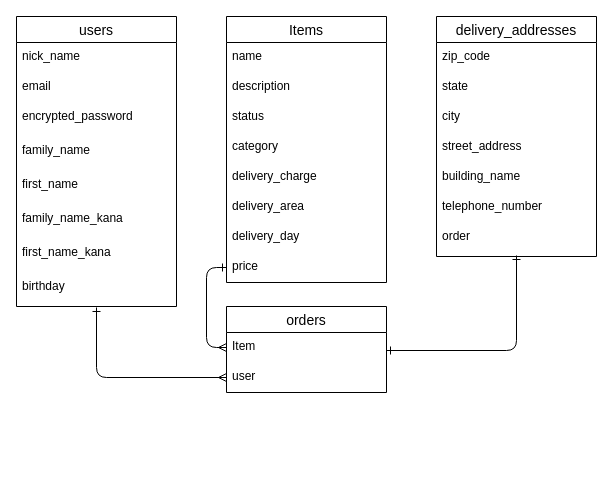
mitstaku/furima-39657 keeps this draw.io diagram as test.dio. Above is the earlier version. Source tidied: cells renumbered, new cells numbered last; positions are measured from the earlier drawing's top-left corner, leaving out a move shared by most shapes. Both pictures are drawn from the tidied source at 100%, with x=0, y=0 at pixel (16, 16).
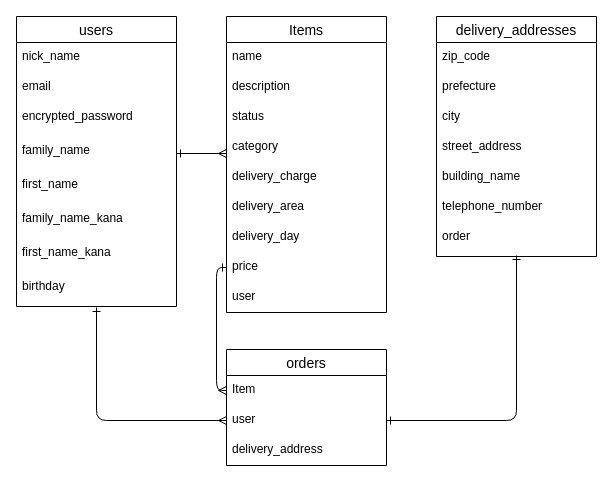
Above is the later version.

Commit message (it also covers changes not shown here):
データベース設計３

The change refers to these unchanged cells:
```xml
<mxCell id="6" value="family_name" style="text;strokeColor=none;fillColor=none;spacingLeft=4;spacingRight=4;overflow=hidden;points=[[0,0.5],[1,0.5]];portConstraint=eastwest;fontSize=12;" parent="2" vertex="1">
  <mxGeometry y="120" width="160" height="34" as="geometry" />
</mxCell>
<mxCell id="19" value="price" style="text;strokeColor=none;fillColor=none;spacingLeft=4;spacingRight=4;overflow=hidden;points=[[0,0.5],[1,0.5]];portConstraint=eastwest;fontSize=12;" parent="11" vertex="1">
  <mxGeometry y="236" width="160" height="30" as="geometry" />
</mxCell>
<mxCell id="20" value="delivery_addresses" style="swimlane;fontStyle=0;horizontal=1;startSize=26;align=center;fontSize=14;" parent="1" vertex="1">
  <mxGeometry x="420" width="160" height="240" as="geometry" />
</mxCell>
<mxCell id="27" value="order" style="text;strokeColor=none;fillColor=none;spacingLeft=4;spacingRight=4;overflow=hidden;points=[[0,0.5],[1,0.5]];portConstraint=eastwest;fontSize=12;" parent="20" vertex="1">
  <mxGeometry y="206" width="160" height="34" as="geometry" />
</mxCell>
<mxCell id="29" value="Item" style="text;strokeColor=none;fillColor=none;spacingLeft=4;spacingRight=4;overflow=hidden;points=[[0,0.5],[1,0.5]];portConstraint=eastwest;fontSize=12;" parent="28" vertex="1">
  <mxGeometry y="26" width="160" height="30" as="geometry" />
</mxCell>
<mxCell id="30" value="user" style="text;strokeColor=none;fillColor=none;spacingLeft=4;spacingRight=4;overflow=hidden;points=[[0,0.5],[1,0.5]];portConstraint=eastwest;fontSize=12;" parent="28" vertex="1">
  <mxGeometry y="56" width="160" height="30" as="geometry" />
</mxCell>
```

What changed in the source:
```diff
@@
     <mxCell id="11" value="Items" style="swimlane;fontStyle=0;horizontal=1;startSize=26;align=center;fontSize=14;" parent="1" vertex="1">
-      <mxGeometry x="210" width="160" height="266" as="geometry" />
+      <mxGeometry x="210" width="160" height="296" as="geometry" />
     </mxCell>
@@
+    <mxCell id="34" value="user" style="text;strokeColor=none;fillColor=none;spacingLeft=4;spacingRight=4;overflow=hidden;fontSize=12;" parent="11" vertex="1">
+      <mxGeometry y="266" width="160" height="30" as="geometry" />
+    </mxCell>
@@
-    <mxCell id="22" value="state" style="text;strokeColor=none;fillColor=none;spacingLeft=4;spacingRight=4;overflow=hidden;fontSize=12;" parent="20" vertex="1">
+    <mxCell id="22" value="prefecture" style="text;strokeColor=none;fillColor=none;spacingLeft=4;spacingRight=4;overflow=hidden;fontSize=12;" parent="20" vertex="1">
       <mxGeometry y="56" width="160" height="30" as="geometry" />
     </mxCell>
@@
     <mxCell id="28" value="orders" style="swimlane;fontStyle=0;horizontal=1;startSize=26;align=center;fontSize=14;" parent="1" vertex="1">
-      <mxGeometry x="210" y="290" width="160" height="86" as="geometry" />
+      <mxGeometry x="210" y="333" width="160" height="116" as="geometry" />
     </mxCell>
@@
+    <mxCell id="35" value="delivery_address" style="text;strokeColor=none;fillColor=none;spacingLeft=4;spacingRight=4;overflow=hidden;fontSize=12;" parent="28" vertex="1">
+      <mxGeometry y="86" width="160" height="30" as="geometry" />
+    </mxCell>
-    <mxCell id="31" style="edgeStyle=orthogonalEdgeStyle;html=1;startArrow=ERone;startFill=0;endArrow=ERone;endFill=0;entryX=0.5;entryY=0.971;entryDx=0;entryDy=0;exitX=0.425;exitY=1;exitDx=0;exitDy=0;exitPerimeter=0;entryPerimeter=0;" parent="1" edge="1" target="27">
-      <mxGeometry relative="1" as="geometry">
-        <mxPoint x="370" y="334" as="sourcePoint" />
-        <Array as="points">
-          <mxPoint x="500" y="334" />
-        </Array>
-      </mxGeometry>
+    <mxCell id="31" style="edgeStyle=orthogonalEdgeStyle;html=1;startArrow=ERone;startFill=0;endArrow=ERone;endFill=0;entryX=0.5;entryY=0.971;entryDx=0;entryDy=0;entryPerimeter=0;" parent="1" edge="1" source="30" target="27">
+      <mxGeometry relative="1" as="geometry" />
     </mxCell>
@@
     <mxCell id="33" style="edgeStyle=orthogonalEdgeStyle;html=1;startArrow=ERone;startFill=0;endArrow=ERmany;endFill=0;entryX=0;entryY=0.5;entryDx=0;entryDy=0;exitX=0;exitY=0.5;exitDx=0;exitDy=0;" parent="1" edge="1" source="19" target="29">
-      <mxGeometry relative="1" as="geometry">
-        <Array as="points">
-          <mxPoint x="190" y="251" />
-          <mxPoint x="190" y="331" />
-        </Array>
-      </mxGeometry>
+      <mxGeometry relative="1" as="geometry" />
     </mxCell>
+    <mxCell id="36" style="edgeStyle=none;html=1;exitX=1;exitY=0.5;exitDx=0;exitDy=0;endArrow=ERmany;endFill=0;startArrow=ERone;startFill=0;" parent="1" edge="1" source="6">
+      <mxGeometry relative="1" as="geometry">
+        <mxPoint x="210" y="137" as="targetPoint" />
+      </mxGeometry>
+    </mxCell>
```
